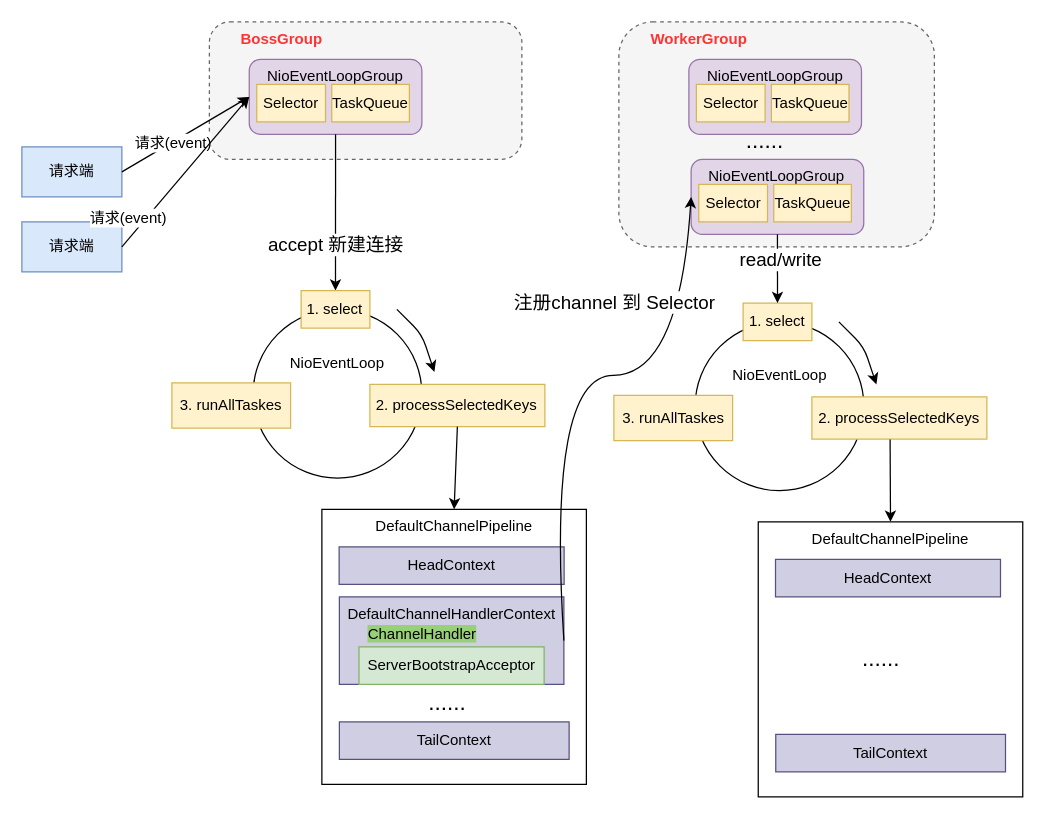
yang00-74/flowchart keeps this draw.io diagram as Netty architecture.drawio. Above is the earlier version. Source tidied: cells renumbered, new cells numbered last; positions are measured from the earlier drawing's top-left corner, leaving out a move shared by most shapes. Both pictures are drawn from the tidied source at 125%, with x=0, y=0 at pixel (21, 21).
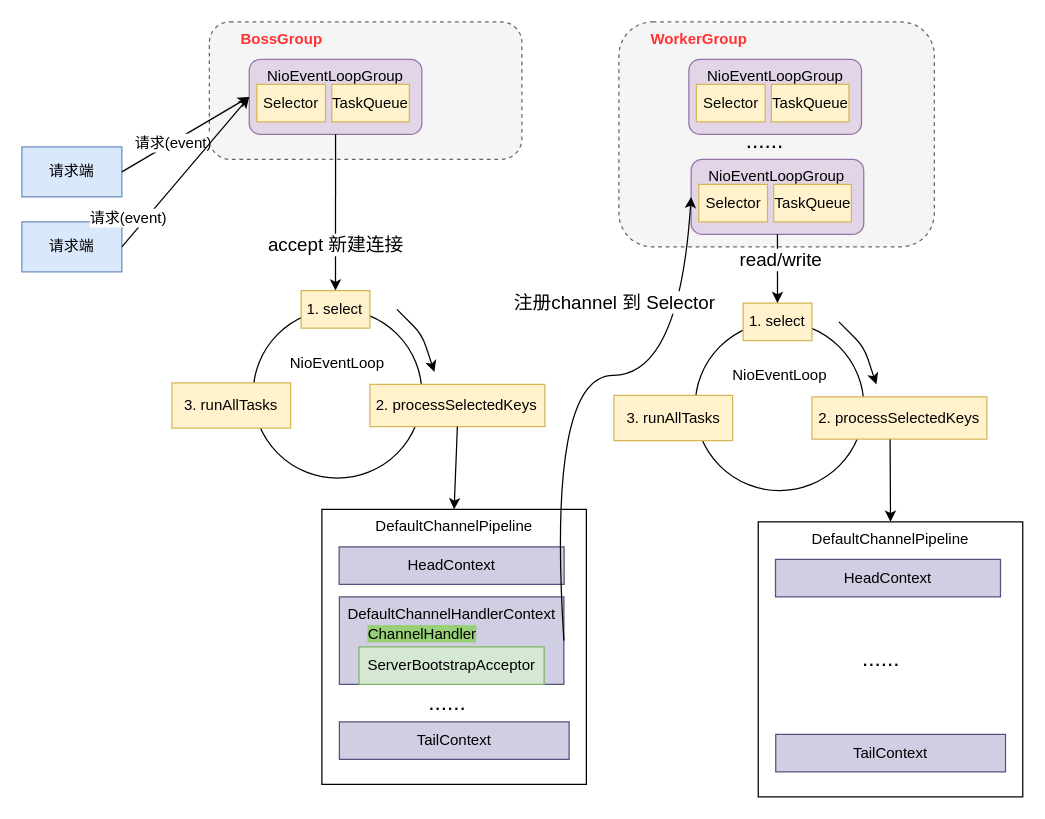
The same diagram, later.

The edit, as a diff of the source:
```diff
@@
-    <mxCell id="20" value="3. runAllTaskes" style="rounded=0;whiteSpace=wrap;html=1;fillColor=#fff2cc;strokeColor=#d6b656;" parent="1" vertex="1">
+    <mxCell id="20" value="3. runAllTasks" style="rounded=0;whiteSpace=wrap;html=1;fillColor=#fff2cc;strokeColor=#d6b656;" parent="1" vertex="1">
       <mxGeometry x="120" y="288.8" width="95" height="36.2" as="geometry" />
     </mxCell>
@@
-    <mxCell id="32" value="3. runAllTaskes" style="rounded=0;whiteSpace=wrap;html=1;fillColor=#fff2cc;strokeColor=#d6b656;" parent="1" vertex="1">
+    <mxCell id="32" value="3. runAllTasks" style="rounded=0;whiteSpace=wrap;html=1;fillColor=#fff2cc;strokeColor=#d6b656;" parent="1" vertex="1">
       <mxGeometry x="473.6" y="298.8" width="95" height="36.2" as="geometry" />
     </mxCell>
```
